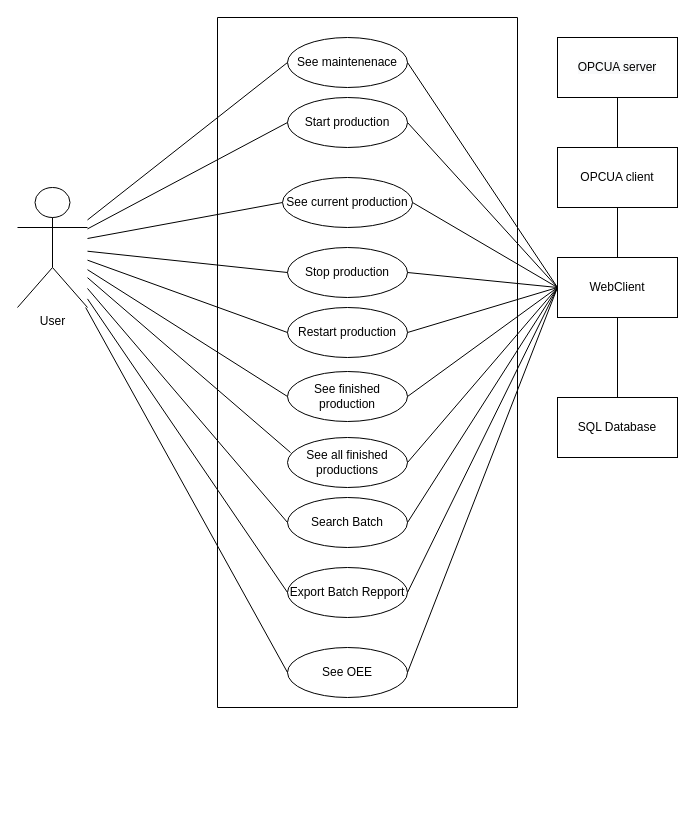
The draw.io diagram UseCase_general.drawio in sival19/BeerMachine, before the edit. Source tidied: cells renumbered, new cells numbered last; positions are measured from the earlier drawing's top-left corner, leaving out a move shared by most shapes. Both pictures are drawn from the tidied source at 100%, with x=0, y=0 at pixel (17, 17).
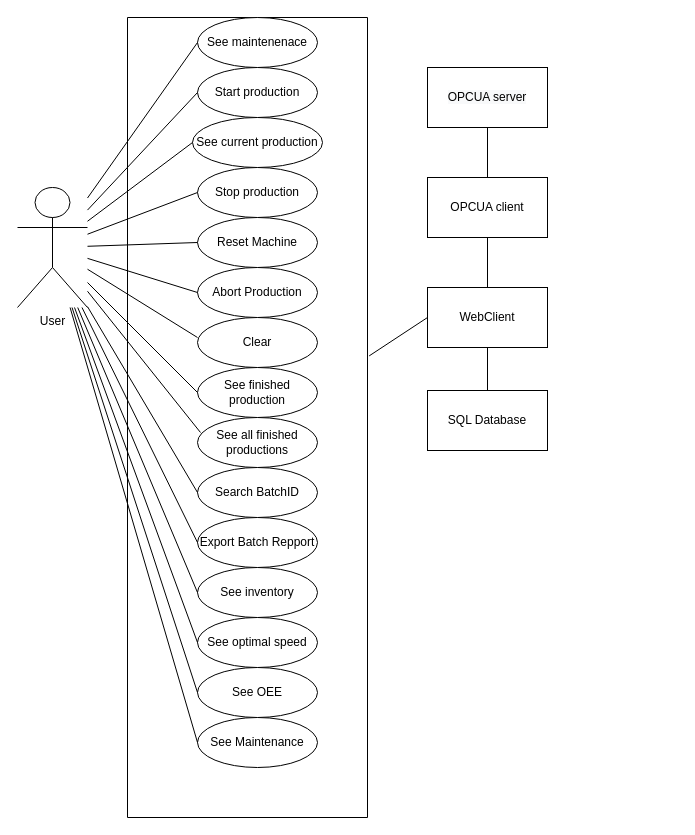
The same page after the edit.

The change refers to these unchanged cells:
```xml
<mxCell id="13" value="User" style="shape=umlActor;verticalLabelPosition=bottom;verticalAlign=top;html=1;outlineConnect=0;" parent="1" vertex="1">
  <mxGeometry y="170" width="70" height="120" as="geometry" />
</mxCell>
```

Change to the diagram source:
```diff
@@
     <mxCell id="2" style="swimlane;startSize=0;" parent="1" vertex="1">
-      <mxGeometry x="200" width="300" height="690" as="geometry" />
+      <mxGeometry x="110" width="240" height="800" as="geometry" />
     </mxCell>
     <mxCell id="3" value="Start production" style="ellipse;whiteSpace=wrap;html=1;" parent="2" vertex="1">
-      <mxGeometry x="70" y="80" width="120" height="50" as="geometry" />
+      <mxGeometry x="70" y="50" width="120" height="50" as="geometry" />
     </mxCell>
     <mxCell id="4" value="Stop production" style="ellipse;whiteSpace=wrap;html=1;" parent="2" vertex="1">
-      <mxGeometry x="70" y="230" width="120" height="50" as="geometry" />
+      <mxGeometry x="70" y="150" width="120" height="50" as="geometry" />
     </mxCell>
-    <mxCell id="5" value="Restart production" style="ellipse;whiteSpace=wrap;html=1;" parent="2" vertex="1">
-      <mxGeometry x="70" y="290" width="120" height="50" as="geometry" />
+    <mxCell id="5" value="Reset Machine" style="ellipse;whiteSpace=wrap;html=1;" parent="2" vertex="1">
+      <mxGeometry x="70" y="200" width="120" height="50" as="geometry" />
     </mxCell>
     <mxCell id="6" value="See finished production" style="ellipse;whiteSpace=wrap;html=1;" parent="2" vertex="1">
-      <mxGeometry x="70" y="354" width="120" height="50" as="geometry" />
+      <mxGeometry x="70" y="350" width="120" height="50" as="geometry" />
     </mxCell>
     <mxCell id="7" value="See all finished productions" style="ellipse;whiteSpace=wrap;html=1;" parent="2" vertex="1">
-      <mxGeometry x="70" y="420" width="120" height="50" as="geometry" />
+      <mxGeometry x="70" y="400" width="120" height="50" as="geometry" />
     </mxCell>
-    <mxCell id="8" value="Search Batch" style="ellipse;whiteSpace=wrap;html=1;" parent="2" vertex="1">
-      <mxGeometry x="70" y="480" width="120" height="50" as="geometry" />
+    <mxCell id="8" value="Search BatchID" style="ellipse;whiteSpace=wrap;html=1;" parent="2" vertex="1">
+      <mxGeometry x="70" y="450" width="120" height="50" as="geometry" />
     </mxCell>
     <mxCell id="9" value="Export Batch Repport" style="ellipse;whiteSpace=wrap;html=1;" parent="2" vertex="1">
-      <mxGeometry x="70" y="550" width="120" height="50" as="geometry" />
+      <mxGeometry x="70" y="500" width="120" height="50" as="geometry" />
     </mxCell>
     <mxCell id="10" value="See OEE" style="ellipse;whiteSpace=wrap;html=1;" parent="2" vertex="1">
-      <mxGeometry x="70" y="630" width="120" height="50" as="geometry" />
+      <mxGeometry x="70" y="650" width="120" height="50" as="geometry" />
     </mxCell>
     <mxCell id="11" value="See maintenenace" style="ellipse;whiteSpace=wrap;html=1;" parent="2" vertex="1">
-      <mxGeometry x="70" y="20" width="120" height="50" as="geometry" />
+      <mxGeometry x="70" width="120" height="50" as="geometry" />
     </mxCell>
     <mxCell id="12" value="See current production" style="ellipse;whiteSpace=wrap;html=1;" parent="2" vertex="1">
-      <mxGeometry x="65" y="160" width="130" height="50" as="geometry" />
+      <mxGeometry x="65" y="100" width="130" height="50" as="geometry" />
     </mxCell>
+    <mxCell id="41" value="See optimal speed" style="ellipse;whiteSpace=wrap;html=1;" parent="2" vertex="1">
+      <mxGeometry x="70" y="600" width="120" height="50" as="geometry" />
+    </mxCell>
+    <mxCell id="42" value="See inventory" style="ellipse;whiteSpace=wrap;html=1;" parent="2" vertex="1">
+      <mxGeometry x="70" y="550" width="120" height="50" as="geometry" />
+    </mxCell>
+    <mxCell id="43" value="Abort Production" style="ellipse;whiteSpace=wrap;html=1;" parent="2" vertex="1">
+      <mxGeometry x="70" y="250" width="120" height="50" as="geometry" />
+    </mxCell>
+    <mxCell id="44" value="Clear" style="ellipse;whiteSpace=wrap;html=1;" parent="2" vertex="1">
+      <mxGeometry x="70" y="300" width="120" height="50" as="geometry" />
+    </mxCell>
+    <mxCell id="45" value="See Maintenance" style="ellipse;whiteSpace=wrap;html=1;" parent="2" vertex="1">
+      <mxGeometry x="70" y="700" width="120" height="50" as="geometry" />
+    </mxCell>
@@
     <mxCell id="14" value="&#10;&#10;&lt;span style=&quot;color: rgb(0, 0, 0); font-family: helvetica; font-size: 12px; font-style: normal; font-weight: 400; letter-spacing: normal; text-align: center; text-indent: 0px; text-transform: none; word-spacing: 0px; background-color: rgb(248, 249, 250); display: inline; float: none;&quot;&gt;OPCUA server&lt;/span&gt;&#10;&#10;" style="rounded=0;whiteSpace=wrap;html=1;" parent="1" vertex="1">
-      <mxGeometry x="540" y="20" width="120" height="60" as="geometry" />
+      <mxGeometry x="410" y="50" width="120" height="60" as="geometry" />
     </mxCell>
+    <mxCell id="46" style="edgeStyle=orthogonalEdgeStyle;rounded=0;jettySize=auto;html=1;entryX=0.5;entryY=1;entryDx=0;entryDy=0;endArrow=none;endFill=0;" parent="1" edge="1" source="15" target="37">
+      <mxGeometry relative="1" as="geometry" />
+    </mxCell>
     <mxCell id="15" value="&lt;span&gt;SQL Database&lt;/span&gt;" style="rounded=0;whiteSpace=wrap;html=1;" parent="1" vertex="1">
-      <mxGeometry x="540" y="380" width="120" height="60" as="geometry" />
+      <mxGeometry x="410" y="373" width="120" height="60" as="geometry" />
     </mxCell>
     <mxCell id="16" value="OPCUA client" style="rounded=0;whiteSpace=wrap;html=1;" parent="1" vertex="1">
-      <mxGeometry x="540" y="130" width="120" height="60" as="geometry" />
+      <mxGeometry x="410" y="160" width="120" height="60" as="geometry" />
     </mxCell>
@@
-    <mxCell id="25" style="endArrow=none;html=1;exitX=1;exitY=0.5;exitDx=0;exitDy=0;entryX=0;entryY=0.5;entryDx=0;entryDy=0;" parent="1" edge="1" source="3" target="37">
-      <mxGeometry relative="1" as="geometry" />
-    </mxCell>
-    <mxCell id="26" style="endArrow=none;html=1;exitX=1;exitY=0.5;exitDx=0;exitDy=0;entryX=0;entryY=0.5;entryDx=0;entryDy=0;" parent="1" edge="1" source="4" target="37">
-      <mxGeometry relative="1" as="geometry" />
-    </mxCell>
-    <mxCell id="27" style="endArrow=none;html=1;exitX=1;exitY=0.5;exitDx=0;exitDy=0;entryX=0;entryY=0.5;entryDx=0;entryDy=0;" parent="1" edge="1" source="5" target="37">
-      <mxGeometry relative="1" as="geometry" />
-    </mxCell>
-    <mxCell id="28" style="endArrow=none;html=1;exitX=1;exitY=0.5;exitDx=0;exitDy=0;entryX=0;entryY=0.5;entryDx=0;entryDy=0;" parent="1" edge="1" source="6" target="37">
-      <mxGeometry relative="1" as="geometry" />
-    </mxCell>
-    <mxCell id="29" style="endArrow=none;html=1;exitX=1;exitY=0.5;exitDx=0;exitDy=0;entryX=0;entryY=0.5;entryDx=0;entryDy=0;" parent="1" edge="1" source="7" target="37">
-      <mxGeometry relative="1" as="geometry" />
-    </mxCell>
@@
-    <mxCell id="31" style="endArrow=none;html=1;exitX=1;exitY=0.5;exitDx=0;exitDy=0;entryX=0;entryY=0.5;entryDx=0;entryDy=0;" parent="1" edge="1" source="11" target="37">
-      <mxGeometry relative="1" as="geometry" />
-    </mxCell>
-    <mxCell id="32" style="endArrow=none;html=1;exitX=1;exitY=0.5;exitDx=0;exitDy=0;entryX=0;entryY=0.5;entryDx=0;entryDy=0;" parent="1" edge="1" source="8" target="37">
-      <mxGeometry relative="1" as="geometry" />
-    </mxCell>
-    <mxCell id="33" style="endArrow=none;html=1;exitX=1;exitY=0.5;exitDx=0;exitDy=0;entryX=0;entryY=0.5;entryDx=0;entryDy=0;" parent="1" edge="1" source="9" target="37">
-      <mxGeometry relative="1" as="geometry" />
-    </mxCell>
-    <mxCell id="34" style="endArrow=none;html=1;exitX=1;exitY=0.5;exitDx=0;exitDy=0;entryX=0;entryY=0.5;entryDx=0;entryDy=0;" parent="1" edge="1" source="10" target="37">
-      <mxGeometry relative="1" as="geometry" />
-    </mxCell>
@@
     <mxCell id="37" value="WebClient" style="rounded=0;whiteSpace=wrap;html=1;" parent="1" vertex="1">
-      <mxGeometry x="540" y="240" width="120" height="60" as="geometry" />
+      <mxGeometry x="410" y="270" width="120" height="60" as="geometry" />
     </mxCell>
-    <mxCell id="38" style="endArrow=none;html=1;exitX=0.5;exitY=1;exitDx=0;exitDy=0;endFill=0;entryX=0.5;entryY=0;entryDx=0;entryDy=0;" parent="1" edge="1" source="37" target="15">
-      <mxGeometry relative="1" as="geometry" />
-    </mxCell>
-    <mxCell id="39" style="endArrow=none;html=1;entryX=0;entryY=0.5;entryDx=0;entryDy=0;" parent="1" edge="1" target="12">
-      <mxGeometry relative="1" as="geometry">
-        <mxPoint x="70" y="221" as="sourcePoint" />
-      </mxGeometry>
+    <mxCell id="39" style="endArrow=none;html=1;entryX=0;entryY=0.5;entryDx=0;entryDy=0;" parent="1" edge="1" source="13" target="12">
+      <mxGeometry relative="1" as="geometry" />
     </mxCell>
-    <mxCell id="40" style="endArrow=none;html=1;entryX=0;entryY=0.5;entryDx=0;entryDy=0;exitX=1;exitY=0.5;exitDx=0;exitDy=0;" parent="1" edge="1" source="12" target="37">
-      <mxGeometry relative="1" as="geometry" />
-    </mxCell>
+    <mxCell id="47" style="endArrow=none;html=1;entryX=0;entryY=0.5;entryDx=0;entryDy=0;" parent="1" edge="1" source="13" target="43">
+      <mxGeometry relative="1" as="geometry" />
+    </mxCell>
+    <mxCell id="48" style="endArrow=none;html=1;entryX=0;entryY=0.4;entryDx=0;entryDy=0;entryPerimeter=0;" parent="1" edge="1" source="13" target="44">
+      <mxGeometry relative="1" as="geometry" />
+    </mxCell>
+    <mxCell id="49" style="endArrow=none;html=1;exitX=1.007;exitY=0.423;exitDx=0;exitDy=0;exitPerimeter=0;entryX=0;entryY=0.5;entryDx=0;entryDy=0;" parent="1" edge="1" source="2" target="37">
+      <mxGeometry relative="1" as="geometry" />
+    </mxCell>
+    <mxCell id="50" style="endArrow=none;html=1;entryX=0;entryY=0.5;entryDx=0;entryDy=0;" parent="1" edge="1" source="13" target="45">
+      <mxGeometry relative="1" as="geometry" />
+    </mxCell>
+    <mxCell id="51" style="endArrow=none;html=1;entryX=0;entryY=0.5;entryDx=0;entryDy=0;" parent="1" edge="1" source="13" target="41">
+      <mxGeometry relative="1" as="geometry" />
+    </mxCell>
+    <mxCell id="52" style="endArrow=none;html=1;entryX=0;entryY=0.5;entryDx=0;entryDy=0;" parent="1" edge="1" source="13" target="42">
+      <mxGeometry relative="1" as="geometry" />
+    </mxCell>
```
